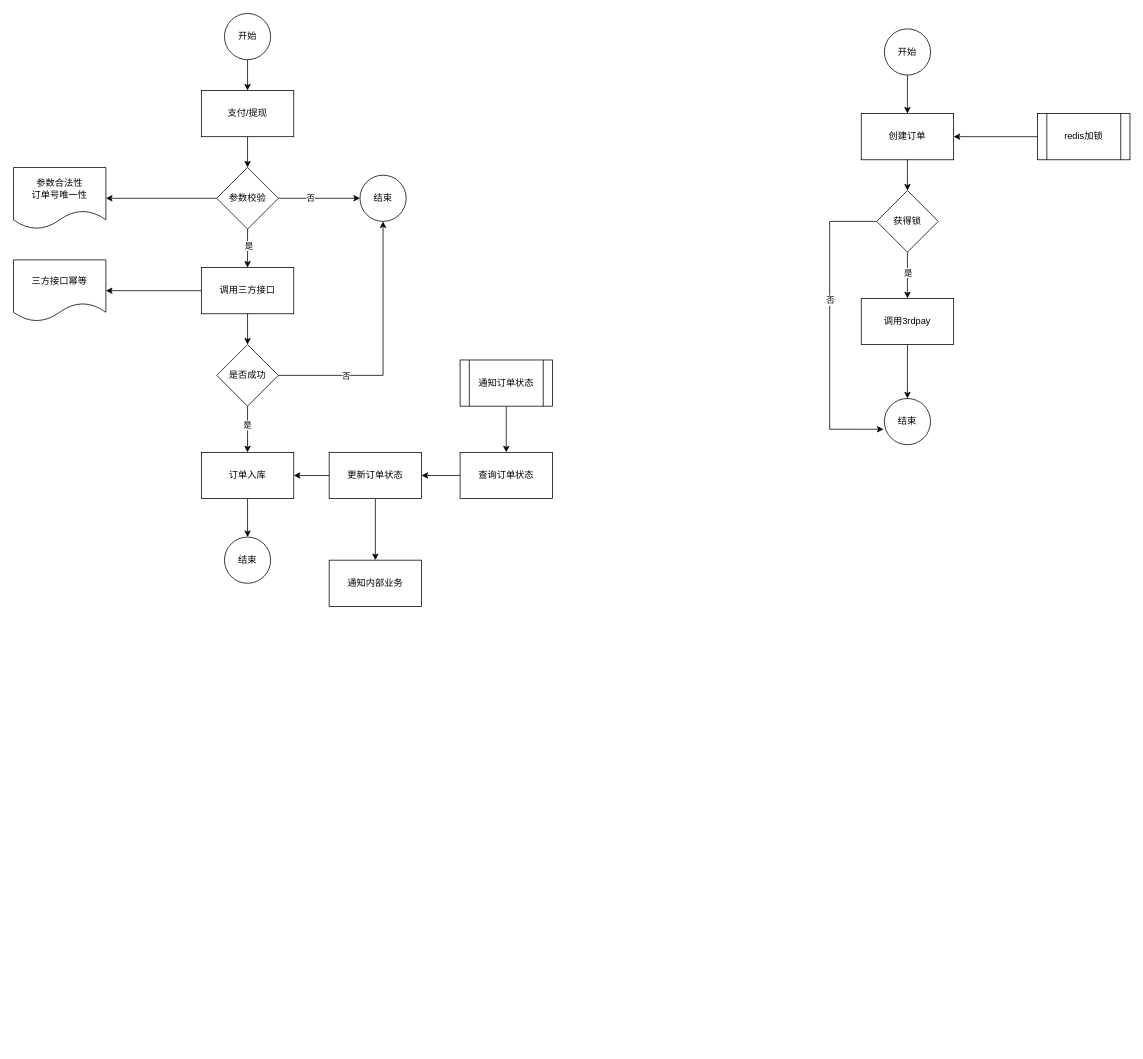
Above: page "支付/提现接口幂等方案" (4 of 4) of 支付流程.drawio in jarcn/pic (draw.io), before the change. Source tidied: cells renumbered, new cells numbered last; positions are measured from the earlier drawing's top-left corner, leaving out a move shared by most shapes. Both pictures are drawn from the tidied source at 77%, with x=0, y=0 at pixel (13, 13).
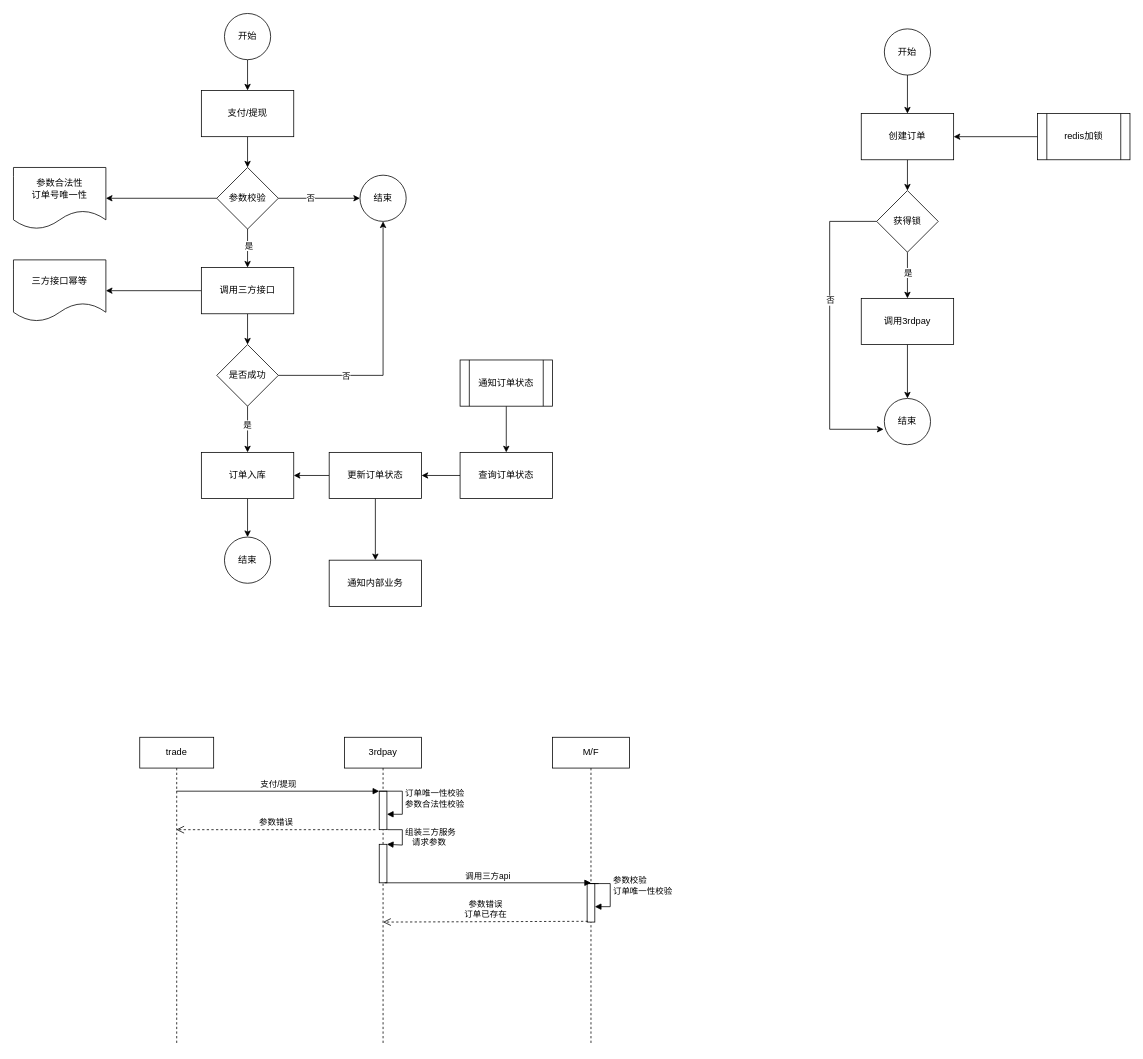
Above is the later version.

The edit, as a diff of the source:
```diff
@@
+    <mxCell id="48" value="trade" style="shape=umlLifeline;perimeter=lifelinePerimeter;whiteSpace=wrap;html=1;outlineConnect=0;" parent="1" vertex="1">
+      <mxGeometry x="164" y="940" width="96" height="400" as="geometry" />
+    </mxCell>
+    <mxCell id="49" value="3rdpay" style="shape=umlLifeline;perimeter=lifelinePerimeter;whiteSpace=wrap;html=1;" parent="1" vertex="1">
+      <mxGeometry x="430" y="940" width="100" height="400" as="geometry" />
+    </mxCell>
+    <mxCell id="50" style="html=1;points=[];perimeter=orthogonalPerimeter;" parent="49" vertex="1">
+      <mxGeometry x="45" y="70" width="10" height="50" as="geometry" />
+    </mxCell>
+    <mxCell id="51" value="&lt;div&gt;订单唯一性校验&lt;/div&gt;&lt;div&gt;参数合法性校验&lt;br&gt;&lt;/div&gt;" style="edgeStyle=orthogonalEdgeStyle;html=1;align=left;spacingLeft=2;endArrow=block;rounded=0;entryX=1;entryY=0.6;entryDx=0;entryDy=0;entryPerimeter=0;" parent="49" edge="1" target="50">
+      <mxGeometry relative="1" as="geometry">
+        <mxPoint x="45" y="70" as="sourcePoint" />
+        <Array as="points">
+          <mxPoint x="75" y="70" />
+          <mxPoint x="75" y="100" />
+        </Array>
+      </mxGeometry>
+    </mxCell>
+    <mxCell id="52" style="html=1;points=[];perimeter=orthogonalPerimeter;" parent="49" vertex="1">
+      <mxGeometry x="45" y="139" width="10" height="50" as="geometry" />
+    </mxCell>
+    <mxCell id="53" value="&lt;div&gt;组装三方服务&lt;/div&gt;&lt;div&gt;&amp;nbsp;&amp;nbsp; 请求参数&lt;/div&gt;" style="edgeStyle=orthogonalEdgeStyle;html=1;align=left;spacingLeft=2;endArrow=block;rounded=0;entryX=1;entryY=0;exitX=1.1;exitY=0.98;exitDx=0;exitDy=0;exitPerimeter=0;" parent="49" edge="1" source="50" target="52">
+      <mxGeometry relative="1" as="geometry">
+        <Array as="points">
+          <mxPoint x="56" y="120" />
+          <mxPoint x="75" y="120" />
+          <mxPoint x="75" y="140" />
+        </Array>
+      </mxGeometry>
+    </mxCell>
+    <mxCell id="54" value="M/F" style="shape=umlLifeline;perimeter=lifelinePerimeter;whiteSpace=wrap;html=1;" parent="1" vertex="1">
+      <mxGeometry x="700" y="940" width="100" height="400" as="geometry" />
+    </mxCell>
+    <mxCell id="55" style="html=1;points=[];perimeter=orthogonalPerimeter;" parent="54" vertex="1">
+      <mxGeometry x="45" y="190" width="10" height="50" as="geometry" />
+    </mxCell>
+    <mxCell id="56" value="&lt;div&gt;参数校验&lt;/div&gt;&lt;div&gt;订单唯一性校验&lt;br&gt;&lt;/div&gt;" style="edgeStyle=orthogonalEdgeStyle;html=1;align=left;spacingLeft=2;endArrow=block;rounded=0;" parent="54" edge="1">
+      <mxGeometry relative="1" as="geometry">
+        <mxPoint x="60" y="190" as="sourcePoint" />
+        <mxPoint x="55" y="220" as="targetPoint" />
+        <Array as="points">
+          <mxPoint x="45" y="190" />
+          <mxPoint x="75" y="190" />
+          <mxPoint x="75" y="220" />
+          <mxPoint x="55" y="220" />
+        </Array>
+      </mxGeometry>
+    </mxCell>
+    <mxCell id="57" value="支付/提现" style="html=1;verticalAlign=bottom;endArrow=block;entryX=0;entryY=0;rounded=0;" parent="1" edge="1" source="48">
+      <mxGeometry relative="1" as="geometry">
+        <mxPoint x="475" y="1010" as="targetPoint" />
+      </mxGeometry>
+    </mxCell>
+    <mxCell id="58" value="参数错误" style="html=1;verticalAlign=bottom;endArrow=open;dashed=1;endSize=8;rounded=0;" parent="1" edge="1" target="48">
+      <mxGeometry relative="1" as="geometry">
+        <mxPoint x="470" y="1060" as="sourcePoint" />
+      </mxGeometry>
+    </mxCell>
+    <mxCell id="59" value="调用三方api" style="html=1;verticalAlign=bottom;endArrow=block;rounded=0;" parent="1" edge="1">
+      <mxGeometry relative="1" as="geometry">
+        <mxPoint x="482" y="1129" as="sourcePoint" />
+        <mxPoint x="750" y="1129" as="targetPoint" />
+      </mxGeometry>
+    </mxCell>
+    <mxCell id="60" value="&lt;div&gt;参数错误&lt;/div&gt;&lt;div&gt;订单已存在&lt;br&gt;&lt;/div&gt;" style="html=1;verticalAlign=bottom;endArrow=open;dashed=1;endSize=8;rounded=0;exitX=0.1;exitY=0.98;exitDx=0;exitDy=0;exitPerimeter=0;" parent="1" edge="1" source="55">
+      <mxGeometry relative="1" as="geometry">
+        <mxPoint x="480" y="1180" as="targetPoint" />
+      </mxGeometry>
+    </mxCell>
```
